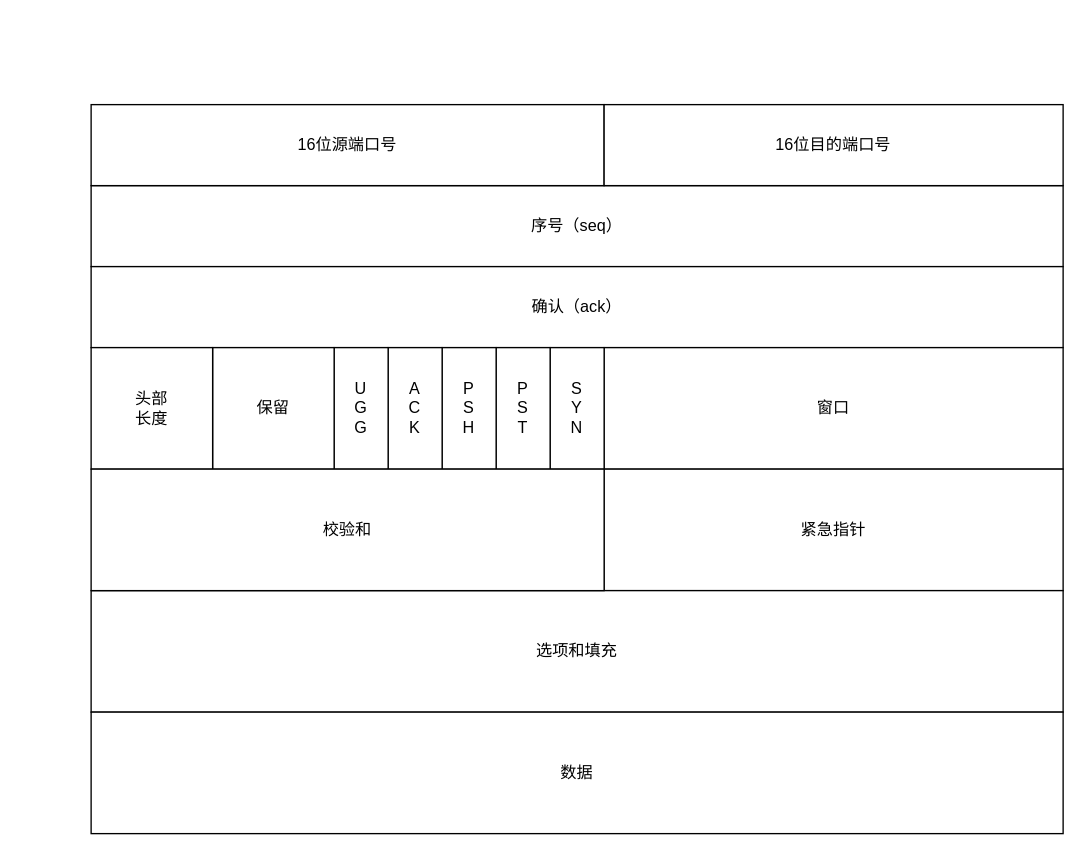
ChengziMao/diagrams keeps this draw.io diagram as TCP协议.drawio. Above is the earlier version. Source tidied: cells renumbered, new cells numbered last; positions are measured from the earlier drawing's top-left corner, leaving out a move shared by most shapes. Both pictures are drawn from the tidied source at 135%, with x=0, y=0 at pixel (90, 104).
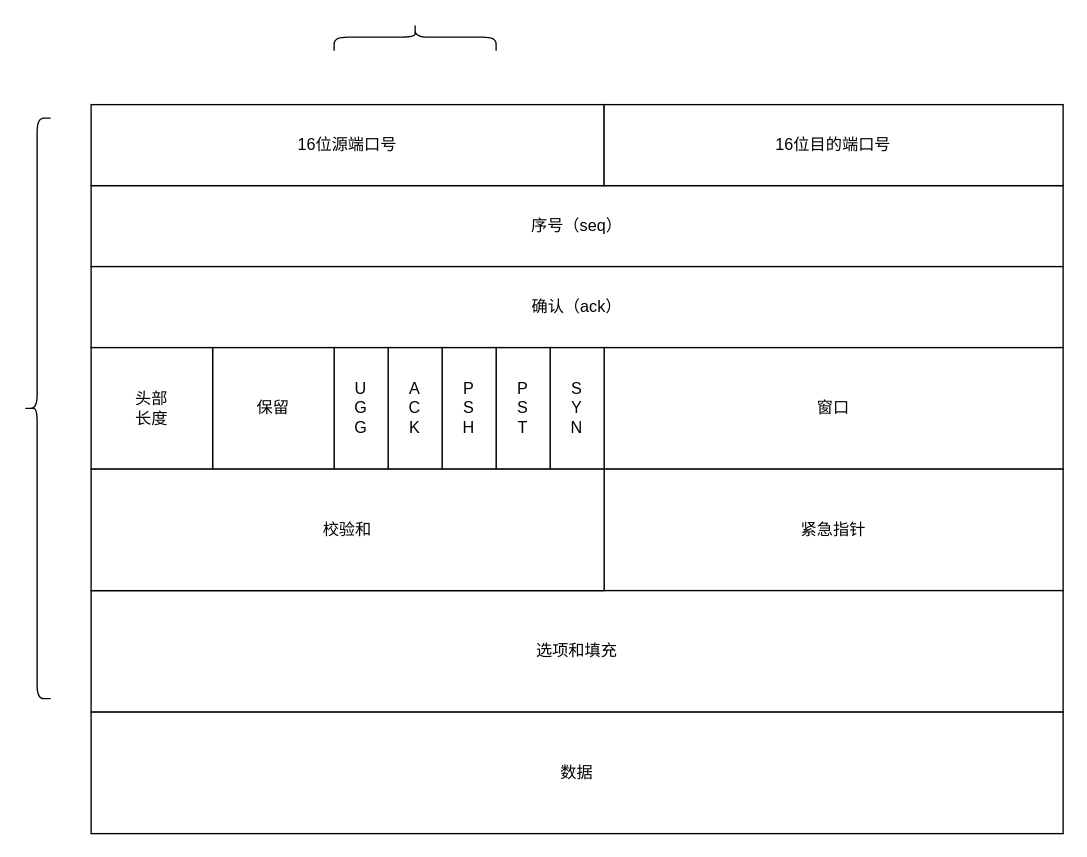
Above is the later version.

Diff of the diagram source:
```diff
@@
 <mxGraphModel>
   <root>
     <mxCell id="0" />
     <mxCell id="1" parent="0" />
     <mxCell id="2" value="&lt;font style=&quot;vertical-align: inherit;&quot; class=&quot;notranslate fyzs-translate-target fyzs-translate-target-wrapper&quot;&gt;&lt;font style=&quot;vertical-align: inherit;&quot; class=&quot;notranslate fyzs-translate-target fyzs-translate-target-box&quot;&gt;&lt;font style=&quot;vertical-align: inherit;&quot; title=&quot;x&quot; class=&quot;notranslate fyzs-translate-target fyzs-translate-target-text&quot;&gt;序号（seq）&lt;/font&gt;&lt;/font&gt;&lt;/font&gt;" style="rounded=0;whiteSpace=wrap;html=1;" parent="1" vertex="1">
       <mxGeometry y="60" width="720" height="60" as="geometry" />
     </mxCell>
     <mxCell id="3" value="&lt;font style=&quot;vertical-align: inherit;&quot; class=&quot;notranslate fyzs-translate-target fyzs-translate-target-wrapper&quot;&gt;&lt;font style=&quot;vertical-align: inherit;&quot; class=&quot;notranslate fyzs-translate-target fyzs-translate-target-box&quot;&gt;&lt;font style=&quot;vertical-align: inherit;&quot; title=&quot;1&quot; class=&quot;notranslate fyzs-translate-target fyzs-translate-target-text&quot;&gt;16位源端口号&lt;/font&gt;&lt;/font&gt;&lt;/font&gt;" style="rounded=0;whiteSpace=wrap;html=1;" parent="1" vertex="1">
       <mxGeometry width="380" height="60" as="geometry" />
     </mxCell>
     <mxCell id="4" value="&lt;font style=&quot;vertical-align: inherit;&quot; class=&quot;notranslate fyzs-translate-target fyzs-translate-target-wrapper&quot;&gt;&lt;font style=&quot;vertical-align: inherit;&quot; class=&quot;notranslate fyzs-translate-target fyzs-translate-target-box&quot;&gt;&lt;font style=&quot;vertical-align: inherit;&quot; title=&quot;1&quot; class=&quot;notranslate fyzs-translate-target fyzs-translate-target-text&quot;&gt;16位目的端口号&lt;/font&gt;&lt;/font&gt;&lt;/font&gt;" style="rounded=0;whiteSpace=wrap;html=1;" parent="1" vertex="1">
       <mxGeometry x="380" width="340" height="60" as="geometry" />
     </mxCell>
     <mxCell id="5" value="&lt;font style=&quot;vertical-align: inherit;&quot; class=&quot;notranslate fyzs-translate-target fyzs-translate-target-wrapper&quot;&gt;&lt;font style=&quot;vertical-align: inherit;&quot; class=&quot;notranslate fyzs-translate-target fyzs-translate-target-box&quot;&gt;&lt;font style=&quot;vertical-align: inherit;&quot; title=&quot;q&quot; class=&quot;notranslate fyzs-translate-target fyzs-translate-target-text&quot;&gt;确认（ack）&lt;/font&gt;&lt;/font&gt;&lt;/font&gt;" style="rounded=0;whiteSpace=wrap;html=1;" parent="1" vertex="1">
       <mxGeometry y="120" width="720" height="60" as="geometry" />
     </mxCell>
     <mxCell id="6" value="&lt;font style=&quot;vertical-align: inherit;&quot; class=&quot;notranslate fyzs-translate-target fyzs-translate-target-wrapper&quot;&gt;&lt;font style=&quot;vertical-align: inherit;&quot; class=&quot;notranslate fyzs-translate-target fyzs-translate-target-box&quot;&gt;&lt;font style=&quot;vertical-align: inherit;&quot; title=&quot;c&quot; class=&quot;notranslate fyzs-translate-target fyzs-translate-target-text&quot;&gt;窗口&lt;/font&gt;&lt;/font&gt;&lt;/font&gt;" style="rounded=0;whiteSpace=wrap;html=1;" parent="1" vertex="1">
       <mxGeometry x="380" y="180" width="340" height="90" as="geometry" />
     </mxCell>
     <mxCell id="7" value="&lt;font style=&quot;vertical-align: inherit;&quot; class=&quot;notranslate fyzs-translate-target fyzs-translate-target-wrapper&quot;&gt;&lt;font style=&quot;vertical-align: inherit;&quot; class=&quot;notranslate fyzs-translate-target fyzs-translate-target-box&quot;&gt;&lt;font style=&quot;vertical-align: inherit;&quot; title=&quot;紧急指针&quot; class=&quot;notranslate fyzs-translate-target fyzs-translate-target-text&quot;&gt;紧急指针&lt;/font&gt;&lt;/font&gt;&lt;/font&gt;" style="rounded=0;whiteSpace=wrap;html=1;" parent="1" vertex="1">
       <mxGeometry x="380" y="270" width="340" height="90" as="geometry" />
     </mxCell>
     <mxCell id="8" value="&lt;font style=&quot;vertical-align: inherit;&quot; class=&quot;notranslate fyzs-translate-target fyzs-translate-target-wrapper&quot;&gt;&lt;font style=&quot;vertical-align: inherit;&quot; class=&quot;notranslate fyzs-translate-target fyzs-translate-target-box&quot;&gt;&lt;font style=&quot;vertical-align: inherit;&quot; title=&quot;x&quot; class=&quot;notranslate fyzs-translate-target fyzs-translate-target-text&quot;&gt;选项和填充&lt;/font&gt;&lt;/font&gt;&lt;/font&gt;" style="rounded=0;whiteSpace=wrap;html=1;" parent="1" vertex="1">
       <mxGeometry y="360" width="720" height="90" as="geometry" />
     </mxCell>
     <mxCell id="9" value="&lt;font style=&quot;vertical-align: inherit;&quot; class=&quot;notranslate fyzs-translate-target fyzs-translate-target-wrapper&quot;&gt;&lt;font style=&quot;vertical-align: inherit;&quot; class=&quot;notranslate fyzs-translate-target fyzs-translate-target-box&quot;&gt;&lt;font style=&quot;vertical-align: inherit;&quot; title=&quot;s&quot; class=&quot;notranslate fyzs-translate-target fyzs-translate-target-text&quot;&gt;数据&lt;/font&gt;&lt;/font&gt;&lt;/font&gt;" style="rounded=0;whiteSpace=wrap;html=1;" parent="1" vertex="1">
       <mxGeometry y="450" width="720" height="90" as="geometry" />
     </mxCell>
     <mxCell id="10" value="&lt;font style=&quot;vertical-align: inherit;&quot; class=&quot;notranslate fyzs-translate-target fyzs-translate-target-wrapper&quot;&gt;&lt;font style=&quot;vertical-align: inherit;&quot; class=&quot;notranslate fyzs-translate-target fyzs-translate-target-box&quot;&gt;&lt;font style=&quot;vertical-align: inherit;&quot; title=&quot;S&quot; class=&quot;notranslate fyzs-translate-target fyzs-translate-target-text&quot;&gt;S&lt;/font&gt;&lt;/font&gt;&lt;/font&gt;&lt;div&gt;&lt;font style=&quot;vertical-align: inherit;&quot; class=&quot;notranslate fyzs-translate-target fyzs-translate-target-wrapper&quot;&gt;&lt;font style=&quot;vertical-align: inherit;&quot; class=&quot;notranslate fyzs-translate-target fyzs-translate-target-box&quot;&gt;&lt;font style=&quot;vertical-align: inherit;&quot; title=&quot;S&quot; class=&quot;notranslate fyzs-translate-target fyzs-translate-target-text&quot;&gt;Y&lt;/font&gt;&lt;/font&gt;&lt;/font&gt;&lt;/div&gt;&lt;div&gt;&lt;font style=&quot;vertical-align: inherit;&quot; class=&quot;notranslate fyzs-translate-target fyzs-translate-target-wrapper&quot;&gt;&lt;font style=&quot;vertical-align: inherit;&quot; class=&quot;notranslate fyzs-translate-target fyzs-translate-target-box&quot;&gt;&lt;font style=&quot;vertical-align: inherit;&quot; title=&quot;S&quot; class=&quot;notranslate fyzs-translate-target fyzs-translate-target-text&quot;&gt;N&lt;/font&gt;&lt;/font&gt;&lt;/font&gt;&lt;/div&gt;" style="rounded=0;whiteSpace=wrap;html=1;" parent="1" vertex="1">
       <mxGeometry x="340" y="180" width="40" height="90" as="geometry" />
     </mxCell>
     <mxCell id="11" value="&lt;font style=&quot;vertical-align: inherit;&quot; class=&quot;notranslate fyzs-translate-target fyzs-translate-target-wrapper&quot;&gt;&lt;font style=&quot;vertical-align: inherit;&quot; class=&quot;notranslate fyzs-translate-target fyzs-translate-target-box&quot;&gt;&lt;font style=&quot;vertical-align: inherit;&quot; title=&quot;P&quot; class=&quot;notranslate fyzs-translate-target fyzs-translate-target-text&quot;&gt;P&lt;/font&gt;&lt;/font&gt;&lt;/font&gt;&lt;div&gt;&lt;font style=&quot;vertical-align: inherit;&quot; class=&quot;notranslate fyzs-translate-target fyzs-translate-target-wrapper&quot;&gt;&lt;font style=&quot;vertical-align: inherit;&quot; class=&quot;notranslate fyzs-translate-target fyzs-translate-target-box&quot;&gt;&lt;font style=&quot;vertical-align: inherit;&quot; title=&quot;P&quot; class=&quot;notranslate fyzs-translate-target fyzs-translate-target-text&quot;&gt;S&lt;/font&gt;&lt;/font&gt;&lt;/font&gt;&lt;/div&gt;&lt;div&gt;&lt;font style=&quot;vertical-align: inherit;&quot; class=&quot;notranslate fyzs-translate-target fyzs-translate-target-wrapper&quot;&gt;&lt;font style=&quot;vertical-align: inherit;&quot; class=&quot;notranslate fyzs-translate-target fyzs-translate-target-box&quot;&gt;&lt;font style=&quot;vertical-align: inherit;&quot; title=&quot;P&quot; class=&quot;notranslate fyzs-translate-target fyzs-translate-target-text&quot;&gt;T&lt;/font&gt;&lt;/font&gt;&lt;/font&gt;&lt;/div&gt;" style="rounded=0;whiteSpace=wrap;html=1;" parent="1" vertex="1">
       <mxGeometry x="300" y="180" width="40" height="90" as="geometry" />
     </mxCell>
     <mxCell id="12" value="&lt;font style=&quot;vertical-align: inherit;&quot; class=&quot;notranslate fyzs-translate-target fyzs-translate-target-wrapper&quot;&gt;&lt;font style=&quot;vertical-align: inherit;&quot; class=&quot;notranslate fyzs-translate-target fyzs-translate-target-box&quot;&gt;&lt;font style=&quot;vertical-align: inherit;&quot; title=&quot;P&quot; class=&quot;notranslate fyzs-translate-target fyzs-translate-target-text&quot;&gt;P&lt;/font&gt;&lt;/font&gt;&lt;/font&gt;&lt;div&gt;&lt;font style=&quot;vertical-align: inherit;&quot; class=&quot;notranslate fyzs-translate-target fyzs-translate-target-wrapper&quot;&gt;&lt;font style=&quot;vertical-align: inherit;&quot; class=&quot;notranslate fyzs-translate-target fyzs-translate-target-box&quot;&gt;&lt;font style=&quot;vertical-align: inherit;&quot; title=&quot;P&quot; class=&quot;notranslate fyzs-translate-target fyzs-translate-target-text&quot;&gt;S&lt;/font&gt;&lt;/font&gt;&lt;/font&gt;&lt;/div&gt;&lt;div&gt;&lt;font style=&quot;vertical-align: inherit;&quot; class=&quot;notranslate fyzs-translate-target fyzs-translate-target-wrapper&quot;&gt;&lt;font style=&quot;vertical-align: inherit;&quot; class=&quot;notranslate fyzs-translate-target fyzs-translate-target-box&quot;&gt;&lt;font style=&quot;vertical-align: inherit;&quot; title=&quot;P&quot; class=&quot;notranslate fyzs-translate-target fyzs-translate-target-text&quot;&gt;H&lt;/font&gt;&lt;/font&gt;&lt;/font&gt;&lt;/div&gt;" style="rounded=0;whiteSpace=wrap;html=1;" parent="1" vertex="1">
       <mxGeometry x="260" y="180" width="40" height="90" as="geometry" />
     </mxCell>
     <mxCell id="13" value="&lt;font style=&quot;vertical-align: inherit;&quot; class=&quot;notranslate fyzs-translate-target fyzs-translate-target-wrapper&quot;&gt;&lt;font style=&quot;vertical-align: inherit;&quot; class=&quot;notranslate fyzs-translate-target fyzs-translate-target-box&quot;&gt;&lt;font style=&quot;vertical-align: inherit;&quot; title=&quot;A&quot; class=&quot;notranslate fyzs-translate-target fyzs-translate-target-text&quot;&gt;A&lt;/font&gt;&lt;/font&gt;&lt;/font&gt;&lt;div&gt;&lt;font style=&quot;vertical-align: inherit;&quot; class=&quot;notranslate fyzs-translate-target fyzs-translate-target-wrapper&quot;&gt;&lt;font style=&quot;vertical-align: inherit;&quot; class=&quot;notranslate fyzs-translate-target fyzs-translate-target-box&quot;&gt;&lt;font style=&quot;vertical-align: inherit;&quot; title=&quot;A&quot; class=&quot;notranslate fyzs-translate-target fyzs-translate-target-text&quot;&gt;C&lt;/font&gt;&lt;/font&gt;&lt;/font&gt;&lt;/div&gt;&lt;div&gt;&lt;font style=&quot;vertical-align: inherit;&quot; class=&quot;notranslate fyzs-translate-target fyzs-translate-target-wrapper&quot;&gt;&lt;font style=&quot;vertical-align: inherit;&quot; class=&quot;notranslate fyzs-translate-target fyzs-translate-target-box&quot;&gt;&lt;font style=&quot;vertical-align: inherit;&quot; title=&quot;A&quot; class=&quot;notranslate fyzs-translate-target fyzs-translate-target-text&quot;&gt;K&lt;/font&gt;&lt;/font&gt;&lt;/font&gt;&lt;/div&gt;" style="rounded=0;whiteSpace=wrap;html=1;" parent="1" vertex="1">
       <mxGeometry x="220" y="180" width="40" height="90" as="geometry" />
     </mxCell>
     <mxCell id="14" value="&lt;font style=&quot;vertical-align: inherit;&quot; class=&quot;notranslate fyzs-translate-target fyzs-translate-target-wrapper&quot;&gt;&lt;font style=&quot;vertical-align: inherit;&quot; class=&quot;notranslate fyzs-translate-target fyzs-translate-target-box&quot;&gt;&lt;font style=&quot;vertical-align: inherit;&quot; title=&quot;U&quot; class=&quot;notranslate fyzs-translate-target fyzs-translate-target-text&quot;&gt;U&lt;/font&gt;&lt;/font&gt;&lt;/font&gt;&lt;div&gt;&lt;font style=&quot;vertical-align: inherit;&quot; class=&quot;notranslate fyzs-translate-target fyzs-translate-target-wrapper&quot;&gt;&lt;font style=&quot;vertical-align: inherit;&quot; class=&quot;notranslate fyzs-translate-target fyzs-translate-target-box&quot;&gt;&lt;font style=&quot;vertical-align: inherit;&quot; title=&quot;U&quot; class=&quot;notranslate fyzs-translate-target fyzs-translate-target-text&quot;&gt;G&lt;br&gt;G&lt;/font&gt;&lt;/font&gt;&lt;/font&gt;&lt;/div&gt;" style="rounded=0;whiteSpace=wrap;html=1;" parent="1" vertex="1">
       <mxGeometry x="180" y="180" width="40" height="90" as="geometry" />
     </mxCell>
     <mxCell id="15" value="&lt;font style=&quot;vertical-align: inherit;&quot; class=&quot;notranslate fyzs-translate-target fyzs-translate-target-wrapper&quot;&gt;&lt;font style=&quot;vertical-align: inherit;&quot; class=&quot;notranslate fyzs-translate-target fyzs-translate-target-box&quot;&gt;&lt;font style=&quot;vertical-align: inherit;&quot; title=&quot;b&quot; class=&quot;notranslate fyzs-translate-target fyzs-translate-target-text&quot;&gt;保留&lt;/font&gt;&lt;/font&gt;&lt;/font&gt;" style="whiteSpace=wrap;html=1;" parent="1" vertex="1">
       <mxGeometry x="90" y="180" width="90" height="90" as="geometry" />
     </mxCell>
     <mxCell id="16" value="&lt;font style=&quot;vertical-align: inherit;&quot; class=&quot;notranslate fyzs-translate-target fyzs-translate-target-wrapper&quot;&gt;&lt;font style=&quot;vertical-align: inherit;&quot; class=&quot;notranslate fyzs-translate-target fyzs-translate-target-box&quot;&gt;&lt;font style=&quot;vertical-align: inherit;&quot; title=&quot;t&quot; class=&quot;notranslate fyzs-translate-target fyzs-translate-target-text&quot;&gt;头部&lt;/font&gt;&lt;/font&gt;&lt;/font&gt;&lt;div&gt;&lt;font style=&quot;vertical-align: inherit;&quot; class=&quot;notranslate fyzs-translate-target fyzs-translate-target-wrapper&quot;&gt;&lt;font style=&quot;vertical-align: inherit;&quot; class=&quot;notranslate fyzs-translate-target fyzs-translate-target-box&quot;&gt;&lt;font style=&quot;vertical-align: inherit;&quot; title=&quot;c&quot; class=&quot;notranslate fyzs-translate-target fyzs-translate-target-text&quot;&gt;长度&lt;/font&gt;&lt;/font&gt;&lt;/font&gt;&lt;/div&gt;" style="whiteSpace=wrap;html=1;" parent="1" vertex="1">
       <mxGeometry y="180" width="90" height="90" as="geometry" />
     </mxCell>
     <mxCell id="17" value="&lt;font style=&quot;vertical-align: inherit;&quot; class=&quot;notranslate fyzs-translate-target fyzs-translate-target-wrapper&quot;&gt;&lt;font style=&quot;vertical-align: inherit;&quot; class=&quot;notranslate fyzs-translate-target fyzs-translate-target-box&quot;&gt;&lt;font style=&quot;vertical-align: inherit;&quot; title=&quot;j&quot; class=&quot;notranslate fyzs-translate-target fyzs-translate-target-text&quot;&gt;校验和&lt;/font&gt;&lt;/font&gt;&lt;/font&gt;" style="rounded=0;whiteSpace=wrap;html=1;" parent="1" vertex="1">
       <mxGeometry y="270" width="380" height="90" as="geometry" />
     </mxCell>
+    <mxCell id="18" style="shape=curlyBracket;whiteSpace=wrap;html=1;rounded=1;labelPosition=left;verticalLabelPosition=middle;align=right;verticalAlign=middle;" parent="1" vertex="1">
+      <mxGeometry x="-50" y="10" width="20" height="430" as="geometry" />
+    </mxCell>
+    <mxCell id="19" style="shape=curlyBracket;whiteSpace=wrap;html=1;rounded=1;labelPosition=left;verticalLabelPosition=middle;align=right;verticalAlign=middle;direction=south;" parent="1" vertex="1">
+      <mxGeometry x="180" y="-60" width="120" height="20" as="geometry" />
+    </mxCell>
   </root>
 </mxGraphModel>
```
